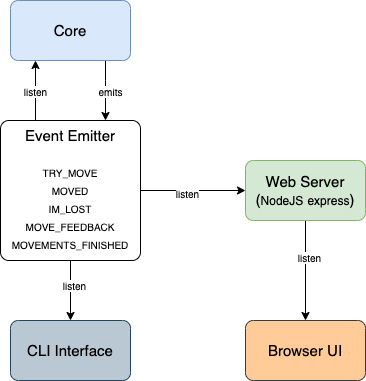
calbertts/martian-robots keeps this draw.io diagram as martian-robots-arch.png. Above is the earlier version. Source tidied: cells renumbered, new cells last; positions are measured from the earlier drawing's top-left corner, leaving out a move shared by most shapes.
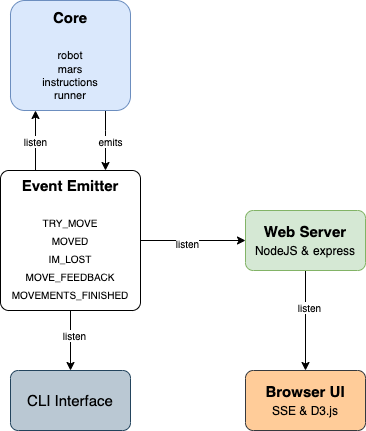
The same diagram one commit later.

The edit, as a diff of the source:
```diff
@@ -16,8 +16,8 @@
     <mxCell id="4" value="emits" style="edgeLabel;html=1;align=center;verticalAlign=middle;fontSize=10;" parent="3" vertex="1">
       <mxGeometry y="4" relative="1" as="geometry" />
     </mxCell>
-    <mxCell id="5" value="Core" style="rounded=1;whiteSpace=wrap;html=1;fontSize=15;arcSize=13;fillColor=#dae8fc;strokeColor=#6c8ebf;" parent="1" vertex="1">
-      <mxGeometry x="10" width="120" height="60" as="geometry" />
+    <mxCell id="5" value="&lt;b&gt;Core&lt;/b&gt;&lt;br&gt;&lt;br&gt;&lt;div&gt;&lt;span style=&quot;font-size: 11px&quot;&gt;robot&lt;/span&gt;&lt;/div&gt;&lt;span style=&quot;font-size: 11px&quot;&gt;&lt;div&gt;&lt;span&gt;mars&lt;/span&gt;&lt;/div&gt;&lt;/span&gt;&lt;span style=&quot;font-size: 11px&quot;&gt;&lt;div&gt;&lt;span&gt;instructions&lt;/span&gt;&lt;/div&gt;&lt;/span&gt;&lt;span style=&quot;font-size: 11px&quot;&gt;&lt;div&gt;&lt;span&gt;runner&lt;/span&gt;&lt;/div&gt;&lt;/span&gt;" style="rounded=1;whiteSpace=wrap;html=1;fontSize=15;arcSize=13;fillColor=#dae8fc;strokeColor=#6c8ebf;align=center;" parent="1" vertex="1">
+      <mxGeometry x="10" y="-50" width="120" height="110" as="geometry" />
     </mxCell>
     <mxCell id="6" style="edgeStyle=orthogonalEdgeStyle;rounded=0;jettySize=auto;html=1;fontSize=15;" parent="1" edge="1" source="12" target="15">
       <mxGeometry relative="1" as="geometry" />
@@ -42,7 +42,7 @@
     <mxCell id="11" value="listen" style="edgeLabel;html=1;align=center;verticalAlign=middle;fontSize=10;" parent="10" vertex="1">
       <mxGeometry x="-0.2" y="3" relative="1" as="geometry" />
     </mxCell>
-    <mxCell id="12" value="Event Emitter&lt;br&gt;&lt;br&gt;&lt;font style=&quot;font-size: 10px&quot;&gt;TRY_MOVE&lt;br&gt;MOVED&lt;br&gt;IM_LOST&lt;br&gt;MOVE_FEEDBACK&lt;br&gt;MOVEMENTS_FINISHED&lt;/font&gt;" style="rounded=1;whiteSpace=wrap;html=1;fontSize=15;verticalAlign=top;arcSize=6;" parent="1" vertex="1">
+    <mxCell id="12" value="&lt;b&gt;Event Emitter&lt;/b&gt;&lt;br&gt;&lt;br&gt;&lt;font style=&quot;font-size: 10px&quot;&gt;TRY_MOVE&lt;br&gt;MOVED&lt;br&gt;IM_LOST&lt;br&gt;MOVE_FEEDBACK&lt;br&gt;MOVEMENTS_FINISHED&lt;/font&gt;" style="rounded=1;whiteSpace=wrap;html=1;fontSize=15;verticalAlign=top;arcSize=6;" parent="1" vertex="1">
       <mxGeometry y="120" width="140" height="140" as="geometry" />
     </mxCell>
     <mxCell id="13" style="edgeStyle=orthogonalEdgeStyle;rounded=0;jettySize=auto;html=1;fontSize=10;" parent="1" edge="1" source="15" target="16">
@@ -51,10 +51,10 @@
     <mxCell id="14" value="listen" style="edgeLabel;html=1;align=center;verticalAlign=middle;fontSize=10;" parent="13" vertex="1">
       <mxGeometry x="-0.28" y="3" relative="1" as="geometry" />
     </mxCell>
-    <mxCell id="15" value="Web Server&lt;br&gt;(&lt;font style=&quot;font-size: 12px&quot;&gt;NodeJS&lt;/font&gt;&amp;nbsp;&lt;font style=&quot;font-size: 12px&quot;&gt;express&lt;/font&gt;)" style="rounded=1;whiteSpace=wrap;html=1;fontSize=15;arcSize=13;fillColor=#d5e8d4;strokeColor=#82b366;" parent="1" vertex="1">
+    <mxCell id="15" value="&lt;b&gt;Web Server&lt;/b&gt;&lt;br&gt;&lt;font style=&quot;font-size: 12px&quot;&gt;NodeJS &amp;amp;&lt;/font&gt;&amp;nbsp;&lt;font style=&quot;font-size: 12px&quot;&gt;express&lt;/font&gt;" style="rounded=1;whiteSpace=wrap;html=1;fontSize=15;arcSize=13;fillColor=#d5e8d4;strokeColor=#82b366;" parent="1" vertex="1">
       <mxGeometry x="245" y="160" width="120" height="60" as="geometry" />
     </mxCell>
-    <mxCell id="16" value="Browser UI" style="rounded=1;whiteSpace=wrap;html=1;fontSize=15;arcSize=13;fillColor=#ffcc99;strokeColor=#36393d;" parent="1" vertex="1">
+    <mxCell id="16" value="&lt;b&gt;Browser UI&lt;/b&gt;&lt;br&gt;&lt;font style=&quot;font-size: 12px&quot;&gt;SSE &amp;amp; D3.js&lt;/font&gt;" style="rounded=1;whiteSpace=wrap;html=1;fontSize=15;arcSize=13;fillColor=#ffcc99;strokeColor=#36393d;" parent="1" vertex="1">
       <mxGeometry x="245" y="320" width="120" height="60" as="geometry" />
     </mxCell>
   </root>
```
